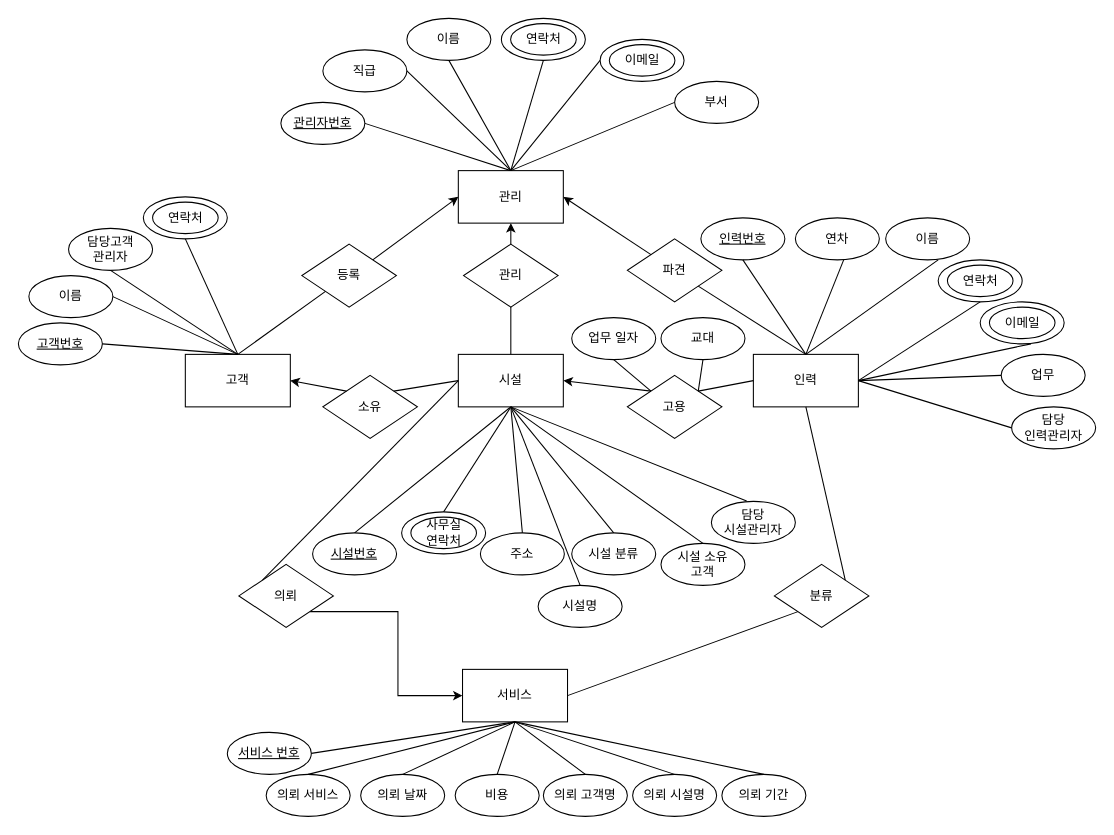
Earlier version of the draw.io diagram Untitled Diagram.drawio (Taein2/ERdiagram). Source tidied: cells renumbered, new cells numbered last; positions are measured from the earlier drawing's top-left corner, leaving out a move shared by most shapes. Both pictures are drawn from the tidied source at 105%, with x=0, y=0 at pixel (18, 18).
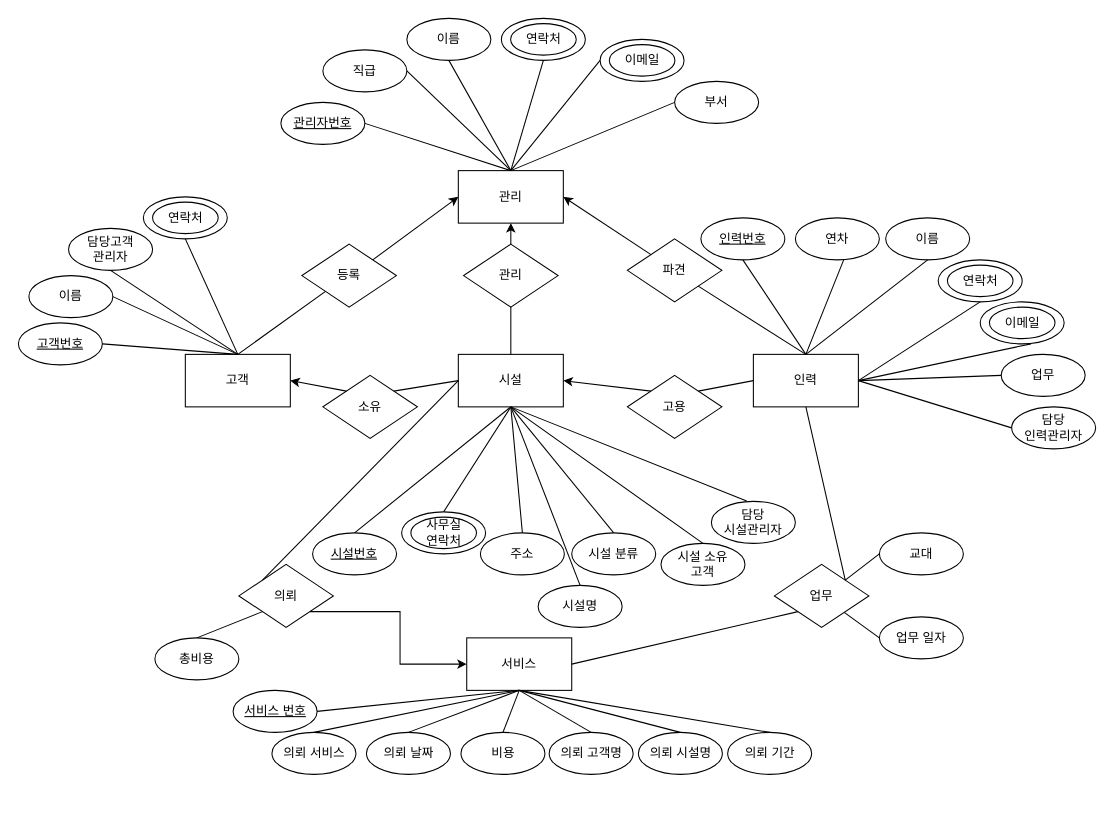
The same diagram, later.

Unchanged cells that the change refers to:
```xml
<mxCell id="3" value="인력" style="rounded=0;whiteSpace=wrap;html=1;" parent="1" vertex="1">
  <mxGeometry x="700" y="320" width="100" height="50" as="geometry" />
</mxCell>
<mxCell id="28" value="이름" style="ellipse;whiteSpace=wrap;html=1;" parent="1" vertex="1">
  <mxGeometry x="826" y="190" width="80" height="40" as="geometry" />
</mxCell>
<mxCell id="77" value="고용" style="rhombus;whiteSpace=wrap;html=1;shadow=0;gradientColor=none;fontFamily=Helvetica;" parent="1" vertex="1">
  <mxGeometry x="580" y="340" width="90" height="60" as="geometry" />
</mxCell>
<mxCell id="84" value="의뢰" style="rhombus;whiteSpace=wrap;html=1;shadow=0;gradientColor=none;fontFamily=Helvetica;" parent="1" vertex="1">
  <mxGeometry x="210" y="520" width="90" height="60" as="geometry" />
</mxCell>
```

What changed in the source:
```diff
@@
-    <mxCell id="34" style="endArrow=none;html=1;entryX=0.5;entryY=1;entryDx=0;entryDy=0;exitX=0.5;exitY=0;exitDx=0;exitDy=0;" parent="1" edge="1" source="3">
-      <mxGeometry relative="1" as="geometry">
-        <mxPoint x="876" y="230" as="targetPoint" />
-      </mxGeometry>
+    <mxCell id="34" style="endArrow=none;html=1;entryX=0.5;entryY=1;entryDx=0;entryDy=0;exitX=0.5;exitY=0;exitDx=0;exitDy=0;" parent="1" edge="1" source="3" target="28">
+      <mxGeometry relative="1" as="geometry" />
     </mxCell>
@@
     <mxCell id="50" value="비용" style="ellipse;whiteSpace=wrap;html=1;" parent="1" vertex="1">
-      <mxGeometry x="416" y="720" width="80" height="40" as="geometry" />
+      <mxGeometry x="421.5" y="680" width="80" height="40" as="geometry" />
     </mxCell>
     <mxCell id="51" value="의뢰 서비스" style="ellipse;whiteSpace=wrap;html=1;" parent="1" vertex="1">
-      <mxGeometry x="236" y="720" width="80" height="40" as="geometry" />
+      <mxGeometry x="241.5" y="680" width="80" height="40" as="geometry" />
     </mxCell>
     <mxCell id="52" value="서비스" style="rounded=0;whiteSpace=wrap;html=1;" parent="1" vertex="1">
-      <mxGeometry x="423" y="620" width="100" height="50" as="geometry" />
+      <mxGeometry x="427" y="590" width="100" height="50" as="geometry" />
     </mxCell>
@@
     <mxCell id="55" value="의뢰 날짜" style="ellipse;whiteSpace=wrap;html=1;" parent="1" vertex="1">
-      <mxGeometry x="326" y="720" width="80" height="40" as="geometry" />
+      <mxGeometry x="331.5" y="680" width="80" height="40" as="geometry" />
     </mxCell>
@@
-    <mxCell id="80" value="분류" style="rhombus;whiteSpace=wrap;html=1;shadow=0;gradientColor=none;fontFamily=Helvetica;" parent="1" vertex="1">
+    <mxCell id="80" value="업무" style="rhombus;whiteSpace=wrap;html=1;shadow=0;gradientColor=none;fontFamily=Helvetica;" parent="1" vertex="1">
       <mxGeometry x="720" y="520" width="90" height="60" as="geometry" />
     </mxCell>
@@
     <mxCell id="86" value="의뢰 고객명" style="ellipse;whiteSpace=wrap;html=1;" parent="1" vertex="1">
-      <mxGeometry x="500" y="720" width="80" height="40" as="geometry" />
+      <mxGeometry x="505.5" y="680" width="80" height="40" as="geometry" />
     </mxCell>
     <mxCell id="87" value="의뢰 시설명" style="ellipse;whiteSpace=wrap;html=1;" parent="1" vertex="1">
-      <mxGeometry x="585" y="720" width="80" height="40" as="geometry" />
+      <mxGeometry x="590.5" y="680" width="80" height="40" as="geometry" />
     </mxCell>
     <mxCell id="88" value="의뢰 기간" style="ellipse;whiteSpace=wrap;html=1;" parent="1" vertex="1">
-      <mxGeometry x="670" y="720" width="80" height="40" as="geometry" />
+      <mxGeometry x="675.5" y="680" width="80" height="40" as="geometry" />
     </mxCell>
@@
     <mxCell id="90" value="서비스 번호" style="ellipse;whiteSpace=wrap;html=1;fontStyle=4;" parent="1" vertex="1">
-      <mxGeometry x="199" y="680" width="80" height="40" as="geometry" />
+      <mxGeometry x="204.5" y="640" width="80" height="40" as="geometry" />
     </mxCell>
@@
-    <mxCell id="94" value="업무 일자" style="ellipse;whiteSpace=wrap;html=1;" parent="1" vertex="1">
-      <mxGeometry x="527" y="285" width="80" height="40" as="geometry" />
-    </mxCell>
-    <mxCell id="95" value="교대" style="ellipse;whiteSpace=wrap;html=1;" parent="1" vertex="1">
-      <mxGeometry x="612" y="285" width="80" height="40" as="geometry" />
-    </mxCell>
-    <mxCell id="96" style="endArrow=none;html=1;entryX=0;entryY=0;entryDx=0;entryDy=0;exitX=0.5;exitY=1;exitDx=0;exitDy=0;" parent="1" edge="1" source="94" target="77">
+    <mxCell id="96" style="endArrow=none;html=1;exitX=0;exitY=0.5;exitDx=0;exitDy=0;" parent="1" edge="1" source="94" target="80">
       <mxGeometry relative="1" as="geometry" />
     </mxCell>
-    <mxCell id="97" style="endArrow=none;html=1;entryX=1;entryY=0;entryDx=0;entryDy=0;exitX=0.5;exitY=1;exitDx=0;exitDy=0;" parent="1" edge="1" source="95" target="77">
-      <mxGeometry relative="1" as="geometry" />
-    </mxCell>
@@
+    <mxCell id="100" value="총비용" style="ellipse;whiteSpace=wrap;html=1;" parent="1" vertex="1">
+      <mxGeometry x="130" y="590" width="80" height="40" as="geometry" />
+    </mxCell>
+    <mxCell id="101" style="endArrow=none;html=1;entryX=0;entryY=1;entryDx=0;entryDy=0;exitX=0.5;exitY=0;exitDx=0;exitDy=0;" parent="1" edge="1" source="100" target="84">
+      <mxGeometry relative="1" as="geometry" />
+    </mxCell>
+    <mxCell id="95" value="교대" style="ellipse;whiteSpace=wrap;html=1;" parent="1" vertex="1">
+      <mxGeometry x="820" y="490" width="80" height="40" as="geometry" />
+    </mxCell>
+    <mxCell id="94" value="업무 일자" style="ellipse;whiteSpace=wrap;html=1;" parent="1" vertex="1">
+      <mxGeometry x="820" y="570" width="80" height="40" as="geometry" />
+    </mxCell>
+    <mxCell id="102" style="endArrow=none;html=1;entryX=0;entryY=0.5;entryDx=0;entryDy=0;exitX=1;exitY=0;exitDx=0;exitDy=0;" parent="1" edge="1" source="80" target="95">
+      <mxGeometry relative="1" as="geometry" />
+    </mxCell>
```
